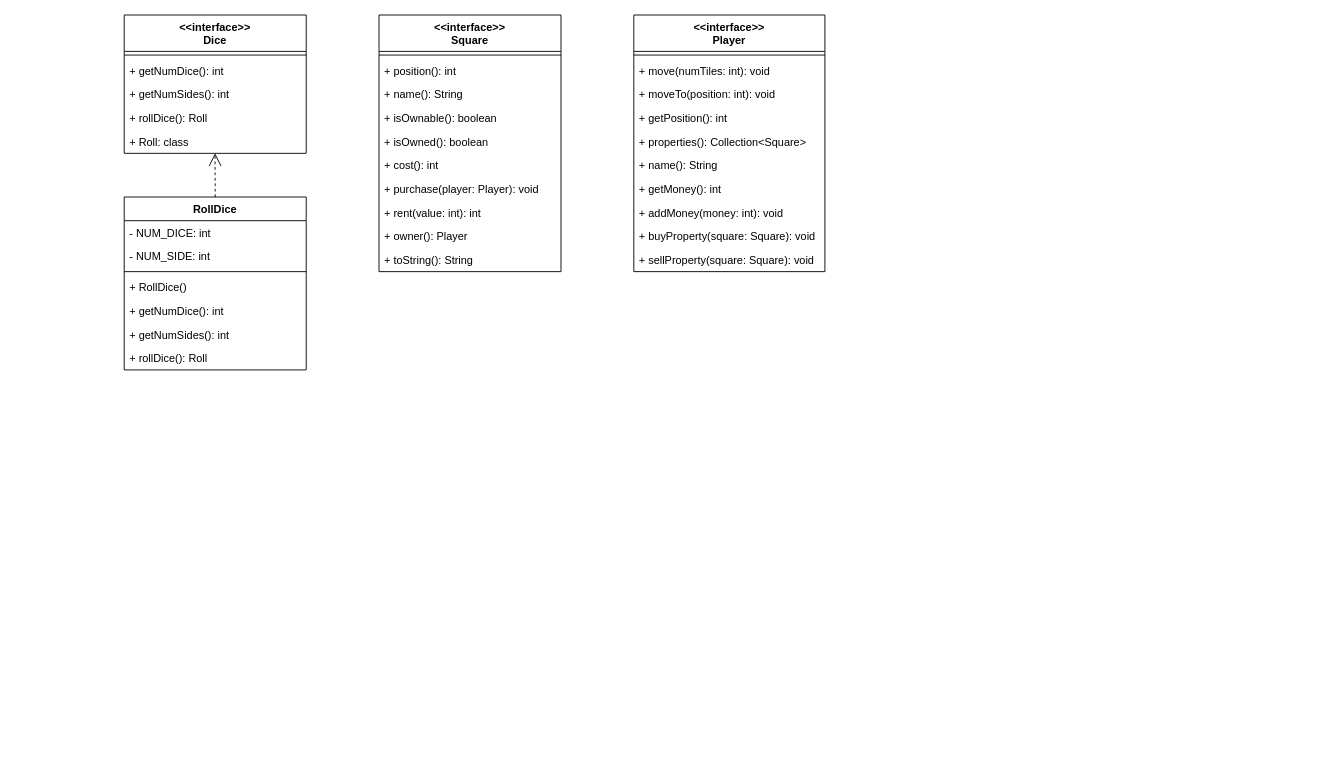
trong0dn/monopoly keeps this draw.io diagram as M1_ClassUML.drawio. Above is the earlier version. Source tidied: cells renumbered, new cells numbered last; positions are measured from the earlier drawing's top-left corner, leaving out a move shared by most shapes. Both pictures are drawn from the tidied source at 91%, with x=0, y=0 at pixel (124, 15).
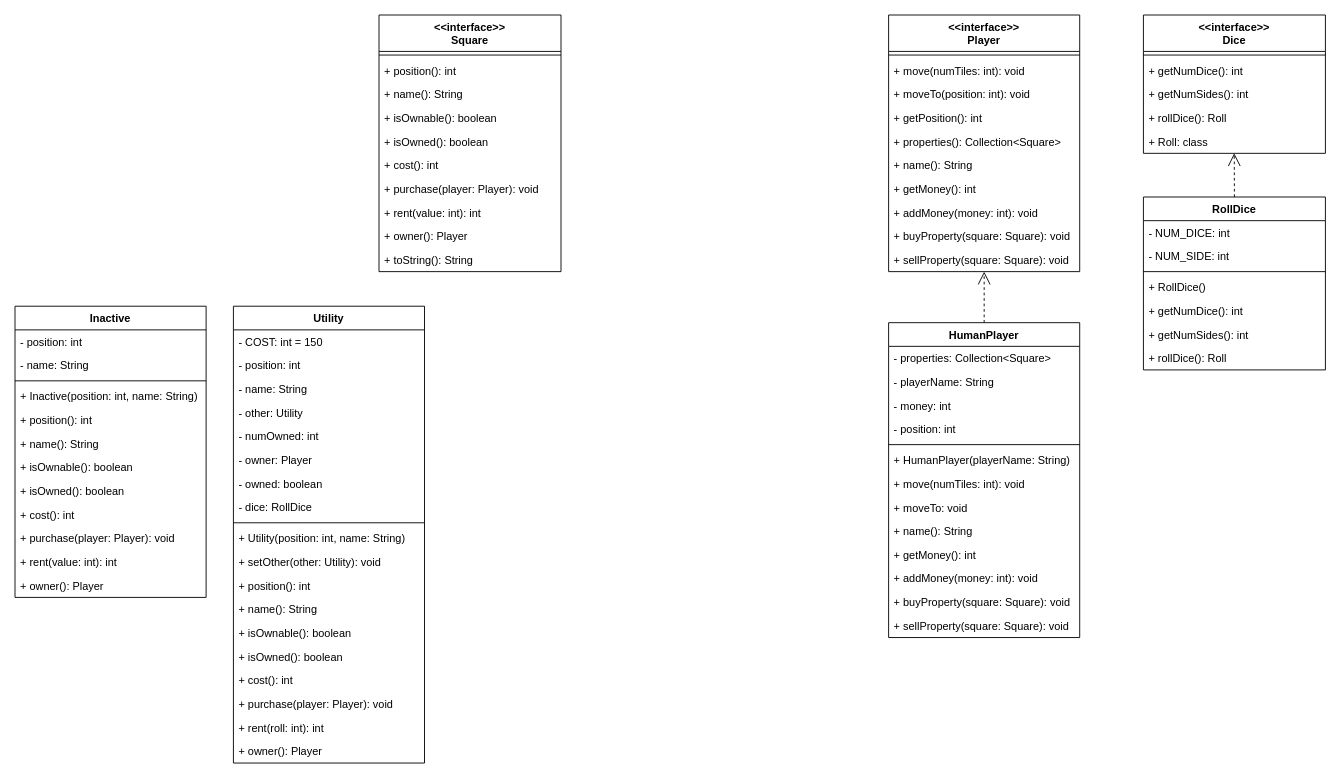
The same page after the edit.

Change to the diagram source:
```diff
@@
     <mxCell id="13" value="&lt;&lt;interface&gt;&gt;&#10;Dice" style="swimlane;fontStyle=1;align=center;verticalAlign=top;horizontal=1;startSize=40;" parent="1" vertex="1">
-      <mxGeometry width="200" height="152" as="geometry" />
+      <mxGeometry x="1120" width="200" height="152" as="geometry" />
     </mxCell>
@@
     <mxCell id="19" value="&lt;&lt;interface&gt;&gt;&#10;Player" style="swimlane;fontStyle=1;align=center;verticalAlign=top;horizontal=1;startSize=40;" parent="1" vertex="1">
-      <mxGeometry x="560" width="210" height="282" as="geometry" />
+      <mxGeometry x="840" width="210" height="282" as="geometry" />
     </mxCell>
@@
     <mxCell id="31" value="RollDice" style="swimlane;fontStyle=1;align=center;verticalAlign=top;horizontal=1;startSize=26;" parent="1" vertex="1">
-      <mxGeometry y="200" width="200" height="190" as="geometry" />
+      <mxGeometry x="1120" y="200" width="200" height="190" as="geometry" />
     </mxCell>
@@
+    <mxCell id="39" style="endArrow=open;endSize=12;dashed=1;html=1;rounded=0;entryX=0.5;entryY=1;entryDx=0;entryDy=0;exitX=0.5;exitY=0;exitDx=0;exitDy=0;" parent="1" edge="1" source="40" target="19">
+      <mxGeometry relative="1" as="geometry" />
+    </mxCell>
+    <mxCell id="40" value="HumanPlayer" style="swimlane;fontStyle=1;align=center;verticalAlign=top;horizontal=1;startSize=26;" parent="1" vertex="1">
+      <mxGeometry x="840" y="338.1" width="210" height="346" as="geometry" />
+    </mxCell>
+    <mxCell id="41" value="- properties: Collection&lt;Square&gt;" style="text;strokeColor=none;fillColor=none;align=left;verticalAlign=top;spacingLeft=4;spacingRight=4;overflow=hidden;" parent="40" vertex="1">
+      <mxGeometry y="26" width="210" height="26" as="geometry" />
+    </mxCell>
+    <mxCell id="42" value="- playerName: String" style="text;strokeColor=none;fillColor=none;align=left;verticalAlign=top;spacingLeft=4;spacingRight=4;overflow=hidden;" parent="40" vertex="1">
+      <mxGeometry y="52" width="210" height="26" as="geometry" />
+    </mxCell>
+    <mxCell id="43" value="- money: int" style="text;strokeColor=none;fillColor=none;align=left;verticalAlign=top;spacingLeft=4;spacingRight=4;overflow=hidden;" parent="40" vertex="1">
+      <mxGeometry y="78" width="210" height="26" as="geometry" />
+    </mxCell>
+    <mxCell id="44" value="- position: int" style="text;strokeColor=none;fillColor=none;align=left;verticalAlign=top;spacingLeft=4;spacingRight=4;overflow=hidden;" parent="40" vertex="1">
+      <mxGeometry y="104" width="210" height="26" as="geometry" />
+    </mxCell>
+    <mxCell id="45" style="line;strokeWidth=1;fillColor=none;align=left;verticalAlign=middle;spacingTop=-1;spacingLeft=3;spacingRight=3;labelPosition=right;" parent="40" vertex="1">
+      <mxGeometry y="130" width="210" height="8" as="geometry" />
+    </mxCell>
+    <mxCell id="46" value="+ HumanPlayer(playerName: String)" style="text;strokeColor=none;fillColor=none;align=left;verticalAlign=top;spacingLeft=4;spacingRight=4;overflow=hidden;" parent="40" vertex="1">
+      <mxGeometry y="138" width="210" height="26" as="geometry" />
+    </mxCell>
+    <mxCell id="47" value="+ move(numTiles: int): void" style="text;strokeColor=none;fillColor=none;align=left;verticalAlign=top;spacingLeft=4;spacingRight=4;overflow=hidden;" parent="40" vertex="1">
+      <mxGeometry y="164" width="210" height="26" as="geometry" />
+    </mxCell>
+    <mxCell id="48" value="+ moveTo: void" style="text;strokeColor=none;fillColor=none;align=left;verticalAlign=top;spacingLeft=4;spacingRight=4;overflow=hidden;" parent="40" vertex="1">
+      <mxGeometry y="190" width="210" height="26" as="geometry" />
+    </mxCell>
+    <mxCell id="49" value="+ name(): String" style="text;strokeColor=none;fillColor=none;align=left;verticalAlign=top;spacingLeft=4;spacingRight=4;overflow=hidden;" parent="40" vertex="1">
+      <mxGeometry y="216" width="210" height="26" as="geometry" />
+    </mxCell>
+    <mxCell id="50" value="+ getMoney(): int " style="text;strokeColor=none;fillColor=none;align=left;verticalAlign=top;spacingLeft=4;spacingRight=4;overflow=hidden;" parent="40" vertex="1">
+      <mxGeometry y="242" width="210" height="26" as="geometry" />
+    </mxCell>
+    <mxCell id="51" value="+ addMoney(money: int): void" style="text;strokeColor=none;fillColor=none;align=left;verticalAlign=top;spacingLeft=4;spacingRight=4;overflow=hidden;" parent="40" vertex="1">
+      <mxGeometry y="268" width="210" height="26" as="geometry" />
+    </mxCell>
+    <mxCell id="52" value="+ buyProperty(square: Square): void" style="text;strokeColor=none;fillColor=none;align=left;verticalAlign=top;spacingLeft=4;spacingRight=4;overflow=hidden;" parent="40" vertex="1">
+      <mxGeometry y="294" width="210" height="26" as="geometry" />
+    </mxCell>
+    <mxCell id="53" value="+ sellProperty(square: Square): void" style="text;strokeColor=none;fillColor=none;align=left;verticalAlign=top;spacingLeft=4;spacingRight=4;overflow=hidden;" parent="40" vertex="1">
+      <mxGeometry y="320" width="210" height="26" as="geometry" />
+    </mxCell>
+    <mxCell id="54" value="Inactive" style="swimlane;fontStyle=1;align=center;verticalAlign=top;horizontal=1;startSize=26;" parent="1" vertex="1">
+      <mxGeometry x="-120" y="320" width="210" height="320" as="geometry" />
+    </mxCell>
+    <mxCell id="55" value="- position: int" style="text;strokeColor=none;fillColor=none;align=left;verticalAlign=top;spacingLeft=4;spacingRight=4;overflow=hidden;" parent="54" vertex="1">
+      <mxGeometry y="26" width="210" height="26" as="geometry" />
+    </mxCell>
+    <mxCell id="56" value="- name: String" style="text;strokeColor=none;fillColor=none;align=left;verticalAlign=top;spacingLeft=4;spacingRight=4;overflow=hidden;" parent="54" vertex="1">
+      <mxGeometry y="52" width="210" height="26" as="geometry" />
+    </mxCell>
+    <mxCell id="57" style="line;strokeWidth=1;fillColor=none;align=left;verticalAlign=middle;spacingTop=-1;spacingLeft=3;spacingRight=3;labelPosition=right;" parent="54" vertex="1">
+      <mxGeometry y="78" width="210" height="8" as="geometry" />
+    </mxCell>
+    <mxCell id="58" value="+ Inactive(position: int, name: String)" style="text;strokeColor=none;fillColor=none;align=left;verticalAlign=top;spacingLeft=4;spacingRight=4;overflow=hidden;" parent="54" vertex="1">
+      <mxGeometry y="86" width="210" height="26" as="geometry" />
+    </mxCell>
+    <mxCell id="59" value="+ position(): int" style="text;strokeColor=none;fillColor=none;align=left;verticalAlign=top;spacingLeft=4;spacingRight=4;overflow=hidden;" parent="54" vertex="1">
+      <mxGeometry y="112" width="210" height="26" as="geometry" />
+    </mxCell>
+    <mxCell id="60" value="+ name(): String" style="text;strokeColor=none;fillColor=none;align=left;verticalAlign=top;spacingLeft=4;spacingRight=4;overflow=hidden;" parent="54" vertex="1">
+      <mxGeometry y="138" width="210" height="26" as="geometry" />
+    </mxCell>
+    <mxCell id="61" value="+ isOwnable(): boolean" style="text;strokeColor=none;fillColor=none;align=left;verticalAlign=top;spacingLeft=4;spacingRight=4;overflow=hidden;" parent="54" vertex="1">
+      <mxGeometry y="164" width="210" height="26" as="geometry" />
+    </mxCell>
+    <mxCell id="62" value="+ isOwned(): boolean " style="text;strokeColor=none;fillColor=none;align=left;verticalAlign=top;spacingLeft=4;spacingRight=4;overflow=hidden;" parent="54" vertex="1">
+      <mxGeometry y="190" width="210" height="26" as="geometry" />
+    </mxCell>
+    <mxCell id="63" value="+ cost(): int" style="text;strokeColor=none;fillColor=none;align=left;verticalAlign=top;spacingLeft=4;spacingRight=4;overflow=hidden;" parent="54" vertex="1">
+      <mxGeometry y="216" width="210" height="26" as="geometry" />
+    </mxCell>
+    <mxCell id="64" value="+ purchase(player: Player): void" style="text;strokeColor=none;fillColor=none;align=left;verticalAlign=top;spacingLeft=4;spacingRight=4;overflow=hidden;" parent="54" vertex="1">
+      <mxGeometry y="242" width="210" height="26" as="geometry" />
+    </mxCell>
+    <mxCell id="65" value="+ rent(value: int): int" style="text;strokeColor=none;fillColor=none;align=left;verticalAlign=top;spacingLeft=4;spacingRight=4;overflow=hidden;" parent="54" vertex="1">
+      <mxGeometry y="268" width="210" height="26" as="geometry" />
+    </mxCell>
+    <mxCell id="66" value="+ owner(): Player" style="text;strokeColor=none;fillColor=none;align=left;verticalAlign=top;spacingLeft=4;spacingRight=4;overflow=hidden;" parent="54" vertex="1">
+      <mxGeometry y="294" width="210" height="26" as="geometry" />
+    </mxCell>
+    <mxCell id="67" value="Utility" style="swimlane;fontStyle=1;align=center;verticalAlign=top;horizontal=1;startSize=26;" parent="1" vertex="1">
+      <mxGeometry x="120" y="320" width="210" height="502" as="geometry" />
+    </mxCell>
+    <mxCell id="68" value="- COST: int = 150" style="text;strokeColor=none;fillColor=none;align=left;verticalAlign=top;spacingLeft=4;spacingRight=4;overflow=hidden;" parent="67" vertex="1">
+      <mxGeometry y="26" width="210" height="26" as="geometry" />
+    </mxCell>
+    <mxCell id="69" value="- position: int" style="text;strokeColor=none;fillColor=none;align=left;verticalAlign=top;spacingLeft=4;spacingRight=4;overflow=hidden;" parent="67" vertex="1">
+      <mxGeometry y="52" width="210" height="26" as="geometry" />
+    </mxCell>
+    <mxCell id="70" value="- name: String" style="text;strokeColor=none;fillColor=none;align=left;verticalAlign=top;spacingLeft=4;spacingRight=4;overflow=hidden;" parent="67" vertex="1">
+      <mxGeometry y="78" width="210" height="26" as="geometry" />
+    </mxCell>
+    <mxCell id="71" value="- other: Utility" style="text;strokeColor=none;fillColor=none;align=left;verticalAlign=top;spacingLeft=4;spacingRight=4;overflow=hidden;" parent="67" vertex="1">
+      <mxGeometry y="104" width="210" height="26" as="geometry" />
+    </mxCell>
+    <mxCell id="72" value="- numOwned: int" style="text;strokeColor=none;fillColor=none;align=left;verticalAlign=top;spacingLeft=4;spacingRight=4;overflow=hidden;" parent="67" vertex="1">
+      <mxGeometry y="130" width="210" height="26" as="geometry" />
+    </mxCell>
+    <mxCell id="73" value="- owner: Player" style="text;strokeColor=none;fillColor=none;align=left;verticalAlign=top;spacingLeft=4;spacingRight=4;overflow=hidden;" parent="67" vertex="1">
+      <mxGeometry y="156" width="210" height="26" as="geometry" />
+    </mxCell>
+    <mxCell id="74" value="- owned: boolean" style="text;strokeColor=none;fillColor=none;align=left;verticalAlign=top;spacingLeft=4;spacingRight=4;overflow=hidden;" parent="67" vertex="1">
+      <mxGeometry y="182" width="210" height="26" as="geometry" />
+    </mxCell>
+    <mxCell id="75" value="- dice: RollDice" style="text;strokeColor=none;fillColor=none;align=left;verticalAlign=top;spacingLeft=4;spacingRight=4;overflow=hidden;" parent="67" vertex="1">
+      <mxGeometry y="208" width="210" height="26" as="geometry" />
+    </mxCell>
+    <mxCell id="76" style="line;strokeWidth=1;fillColor=none;align=left;verticalAlign=middle;spacingTop=-1;spacingLeft=3;spacingRight=3;labelPosition=right;" parent="67" vertex="1">
+      <mxGeometry y="234" width="210" height="8" as="geometry" />
+    </mxCell>
+    <mxCell id="77" value="+ Utility(position: int, name: String)" style="text;strokeColor=none;fillColor=none;align=left;verticalAlign=top;spacingLeft=4;spacingRight=4;overflow=hidden;" parent="67" vertex="1">
+      <mxGeometry y="242" width="210" height="26" as="geometry" />
+    </mxCell>
+    <mxCell id="78" value="+ setOther(other: Utility): void" style="text;strokeColor=none;fillColor=none;align=left;verticalAlign=top;spacingLeft=4;spacingRight=4;overflow=hidden;" parent="67" vertex="1">
+      <mxGeometry y="268" width="210" height="26" as="geometry" />
+    </mxCell>
+    <mxCell id="79" value="+ position(): int" style="text;strokeColor=none;fillColor=none;align=left;verticalAlign=top;spacingLeft=4;spacingRight=4;overflow=hidden;" parent="67" vertex="1">
+      <mxGeometry y="294" width="210" height="26" as="geometry" />
+    </mxCell>
+    <mxCell id="80" value="+ name(): String" style="text;strokeColor=none;fillColor=none;align=left;verticalAlign=top;spacingLeft=4;spacingRight=4;overflow=hidden;" parent="67" vertex="1">
+      <mxGeometry y="320" width="210" height="26" as="geometry" />
+    </mxCell>
+    <mxCell id="81" value="+ isOwnable(): boolean" style="text;strokeColor=none;fillColor=none;align=left;verticalAlign=top;spacingLeft=4;spacingRight=4;overflow=hidden;" parent="67" vertex="1">
+      <mxGeometry y="346" width="210" height="26" as="geometry" />
+    </mxCell>
+    <mxCell id="82" value="+ isOwned(): boolean " style="text;strokeColor=none;fillColor=none;align=left;verticalAlign=top;spacingLeft=4;spacingRight=4;overflow=hidden;" parent="67" vertex="1">
+      <mxGeometry y="372" width="210" height="26" as="geometry" />
+    </mxCell>
+    <mxCell id="83" value="+ cost(): int" style="text;strokeColor=none;fillColor=none;align=left;verticalAlign=top;spacingLeft=4;spacingRight=4;overflow=hidden;" parent="67" vertex="1">
+      <mxGeometry y="398" width="210" height="26" as="geometry" />
+    </mxCell>
+    <mxCell id="84" value="+ purchase(player: Player): void" style="text;strokeColor=none;fillColor=none;align=left;verticalAlign=top;spacingLeft=4;spacingRight=4;overflow=hidden;" parent="67" vertex="1">
+      <mxGeometry y="424" width="210" height="26" as="geometry" />
+    </mxCell>
+    <mxCell id="85" value="+ rent(roll: int): int" style="text;strokeColor=none;fillColor=none;align=left;verticalAlign=top;spacingLeft=4;spacingRight=4;overflow=hidden;" parent="67" vertex="1">
+      <mxGeometry y="450" width="210" height="26" as="geometry" />
+    </mxCell>
+    <mxCell id="86" value="+ owner(): Player" style="text;strokeColor=none;fillColor=none;align=left;verticalAlign=top;spacingLeft=4;spacingRight=4;overflow=hidden;" parent="67" vertex="1">
+      <mxGeometry y="476" width="210" height="26" as="geometry" />
+    </mxCell>
```
